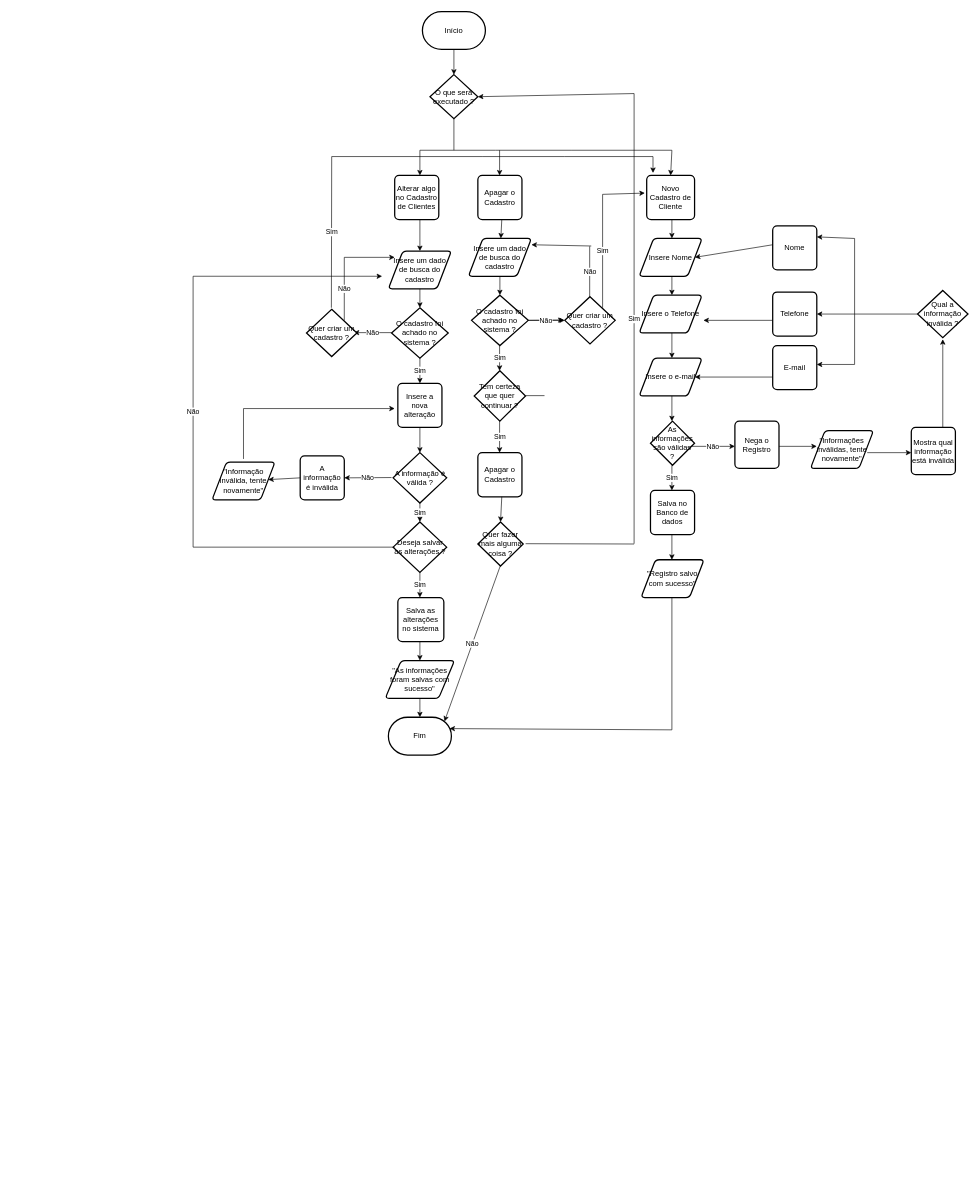
This is page "Cadastro-de-Cliente" (2 of 10) of DOC/Fluxograma.drawio from GuilhermeIgarashi7/avatar-Fluxograma, a draw.io file, before an edit. Source tidied: cells renumbered, new cells numbered last; positions are measured from the earlier drawing's top-left corner, leaving out a move shared by most shapes. Both pictures are drawn from the tidied source at 63%, with x=0, y=0 at pixel (193, 11).
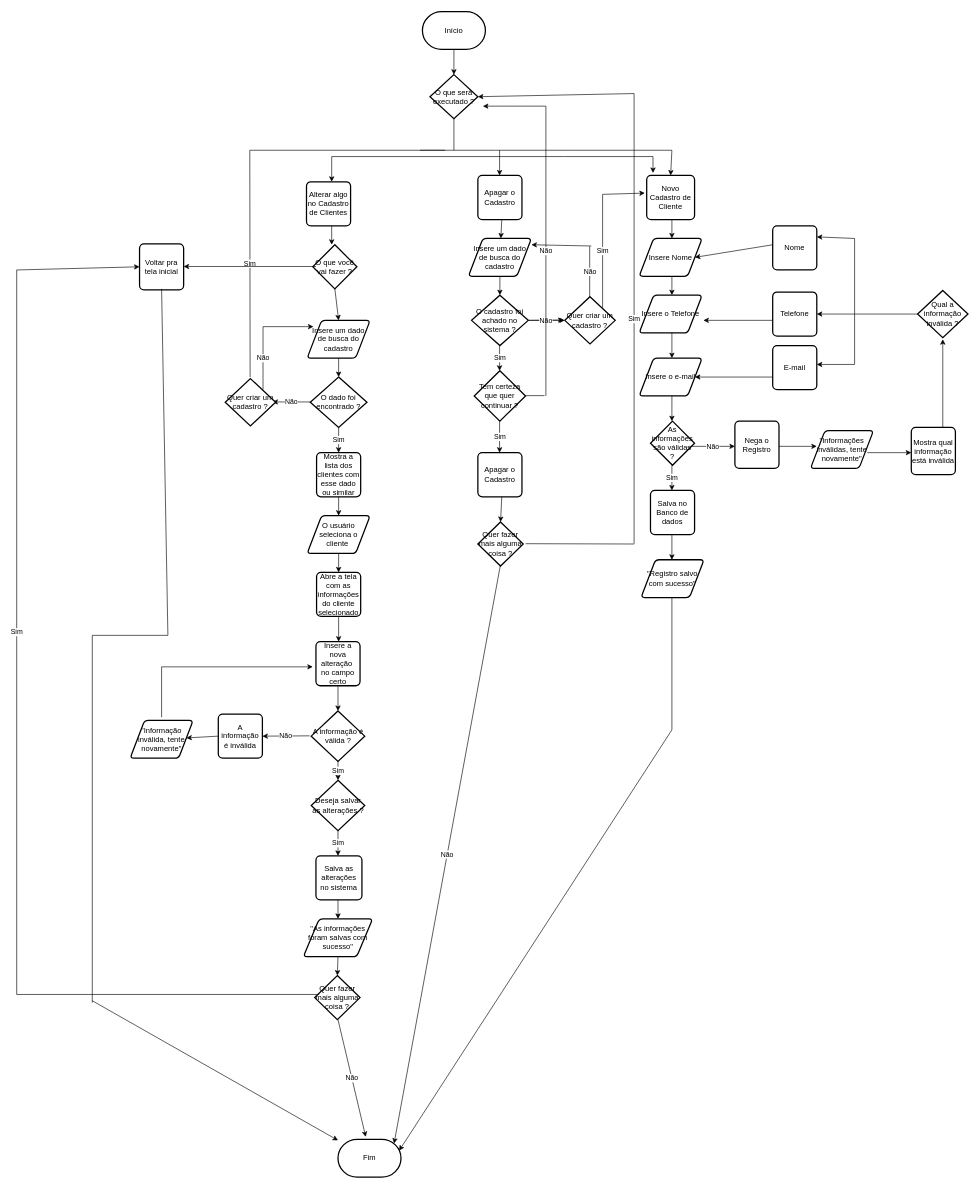
The same diagram, later.

What changed in the source:
```diff
@@
     <mxCell id="9" style="endArrow=classic;html=1;rounded=0;" parent="1" edge="1">
       <mxGeometry relative="1" as="geometry">
-        <mxPoint x="360" y="220" as="sourcePoint" />
-        <mxPoint x="360" y="260" as="targetPoint" />
+        <mxPoint x="220" y="230" as="sourcePoint" />
+        <mxPoint x="220" y="270" as="targetPoint" />
       </mxGeometry>
     </mxCell>
     <mxCell id="10" value="Alterar algo no Cadastro de Clientes" style="rounded=1;whiteSpace=wrap;html=1;absoluteArcSize=1;arcSize=14;strokeWidth=2;" parent="1" vertex="1">
-      <mxGeometry x="320" y="260" width="70" height="70" as="geometry" />
+      <mxGeometry x="180" y="270" width="70" height="70" as="geometry" />
     </mxCell>
-    <mxCell id="11" style="endArrow=classic;html=1;rounded=0;" parent="1" edge="1">
+    <mxCell id="11" style="endArrow=classic;html=1;rounded=0;exitX=0.5;exitY=1;exitDx=0;exitDy=0;exitPerimeter=0;" parent="1" edge="1" source="112">
       <mxGeometry relative="1" as="geometry">
-        <mxPoint x="360" y="330" as="sourcePoint" />
-        <mxPoint x="360" y="380" as="targetPoint" />
+        <mxPoint x="231" y="490" as="targetPoint" />
       </mxGeometry>
     </mxCell>
     <mxCell id="12" value="Insere um dado de busca do cadastro" style="shape=parallelogram;html=1;strokeWidth=2;perimeter=parallelogramPerimeter;whiteSpace=wrap;rounded=1;arcSize=12;size=0.23;" parent="1" vertex="1">
-      <mxGeometry x="310" y="380" width="100" height="60" as="geometry" />
+      <mxGeometry x="181" y="490" width="100" height="60" as="geometry" />
     </mxCell>
-    <mxCell id="13" style="endArrow=classic;html=1;rounded=0;" parent="1" edge="1">
+    <mxCell id="13" style="endArrow=classic;html=1;rounded=0;" parent="1" edge="1" source="12">
       <mxGeometry relative="1" as="geometry">
-        <mxPoint x="360" y="440" as="sourcePoint" />
-        <mxPoint x="360" y="470" as="targetPoint" />
+        <mxPoint x="231" y="580" as="targetPoint" />
       </mxGeometry>
     </mxCell>
-    <mxCell id="14" value="O cadastro foi achado no sistema ?" style="strokeWidth=2;html=1;shape=mxgraph.flowchart.decision;whiteSpace=wrap;" parent="1" vertex="1">
-      <mxGeometry x="315" y="470" width="90" height="80" as="geometry" />
+    <mxCell id="14" value="O dado foi encontrado ?" style="strokeWidth=2;html=1;shape=mxgraph.flowchart.decision;whiteSpace=wrap;" parent="1" vertex="1">
+      <mxGeometry x="186" y="580" width="90" height="80" as="geometry" />
     </mxCell>
     <mxCell id="15" value="Sim" style="endArrow=classic;html=1;rounded=0;" parent="1" edge="1">
       <mxGeometry relative="1" as="geometry">
-        <mxPoint x="360" y="550" as="sourcePoint" />
-        <mxPoint x="360" y="590" as="targetPoint" />
+        <mxPoint x="231" y="660" as="sourcePoint" />
+        <mxPoint x="231" y="700" as="targetPoint" />
       </mxGeometry>
     </mxCell>
     <mxCell id="16" value="Não" style="endArrow=classic;html=1;rounded=0;" parent="1" edge="1">
       <mxGeometry relative="1" as="geometry">
-        <mxPoint x="315" y="509.5" as="sourcePoint" />
-        <mxPoint x="255" y="509.5" as="targetPoint" />
+        <mxPoint x="186" y="619.5" as="sourcePoint" />
+        <mxPoint x="126" y="619.5" as="targetPoint" />
       </mxGeometry>
     </mxCell>
     <mxCell id="17" value="Quer criar um cadastro ?" style="strokeWidth=2;html=1;shape=mxgraph.flowchart.decision;whiteSpace=wrap;" parent="1" vertex="1">
-      <mxGeometry x="180" y="472.5" width="80" height="75" as="geometry" />
+      <mxGeometry x="51" y="582.5" width="80" height="75" as="geometry" />
     </mxCell>
     <mxCell id="18" value="Sim" style="endArrow=none;html=1;rounded=0;" parent="1" edge="1">
       <mxGeometry relative="1" as="geometry">
-        <mxPoint x="219.5" y="470" as="sourcePoint" />
-        <mxPoint x="220" y="230" as="targetPoint" />
+        <mxPoint x="90.5" y="580" as="sourcePoint" />
+        <mxPoint x="90" y="220" as="targetPoint" />
       </mxGeometry>
     </mxCell>
@@
     <mxCell id="20" value="Não" style="endArrow=none;html=1;rounded=0;" parent="1" edge="1">
       <mxGeometry relative="1" as="geometry">
-        <mxPoint x="240" y="490" as="sourcePoint" />
-        <mxPoint x="240" y="390" as="targetPoint" />
+        <mxPoint x="111" y="600" as="sourcePoint" />
+        <mxPoint x="111" y="500" as="targetPoint" />
       </mxGeometry>
     </mxCell>
     <mxCell id="21" style="endArrow=classic;html=1;rounded=0;" parent="1" edge="1">
       <mxGeometry relative="1" as="geometry">
-        <mxPoint x="240" y="390" as="sourcePoint" />
-        <mxPoint x="320" y="390" as="targetPoint" />
+        <mxPoint x="111" y="500" as="sourcePoint" />
+        <mxPoint x="191" y="500" as="targetPoint" />
       </mxGeometry>
     </mxCell>
-    <mxCell id="22" value="Insere a nova alteração" style="rounded=1;whiteSpace=wrap;html=1;absoluteArcSize=1;arcSize=14;strokeWidth=2;" parent="1" vertex="1">
-      <mxGeometry x="325" y="590" width="70" height="70" as="geometry" />
+    <mxCell id="22" value="Insere a nova alteração&amp;nbsp; no campo certo" style="rounded=1;whiteSpace=wrap;html=1;absoluteArcSize=1;arcSize=14;strokeWidth=2;" parent="1" vertex="1">
+      <mxGeometry x="195" y="1000" width="70" height="70" as="geometry" />
     </mxCell>
     <mxCell id="23" style="endArrow=classic;html=1;rounded=0;" parent="1" edge="1">
       <mxGeometry relative="1" as="geometry">
-        <mxPoint x="360" y="660" as="sourcePoint" />
-        <mxPoint x="360" y="700" as="targetPoint" />
+        <mxPoint x="230" y="1070" as="sourcePoint" />
+        <mxPoint x="230" y="1110" as="targetPoint" />
       </mxGeometry>
     </mxCell>
     <mxCell id="24" value="A informação é válida ?" style="strokeWidth=2;html=1;shape=mxgraph.flowchart.decision;whiteSpace=wrap;" parent="1" vertex="1">
-      <mxGeometry x="317.5" y="700" width="85" height="80" as="geometry" />
+      <mxGeometry x="187.5" y="1110" width="85" height="80" as="geometry" />
     </mxCell>
     <mxCell id="25" value="Não" style="endArrow=classic;html=1;rounded=0;" parent="1" edge="1">
       <mxGeometry relative="1" as="geometry">
-        <mxPoint x="315" y="739.5" as="sourcePoint" />
-        <mxPoint x="240" y="740" as="targetPoint" />
+        <mxPoint x="185" y="1149.5" as="sourcePoint" />
+        <mxPoint x="110" y="1150" as="targetPoint" />
       </mxGeometry>
     </mxCell>
     <mxCell id="26" value="A informação é inválida" style="rounded=1;whiteSpace=wrap;html=1;absoluteArcSize=1;arcSize=14;strokeWidth=2;" parent="1" vertex="1">
-      <mxGeometry x="170" y="705" width="70" height="70" as="geometry" />
+      <mxGeometry x="40" y="1115" width="70" height="70" as="geometry" />
     </mxCell>
     <mxCell id="27" value="&quot;Informação inválida, tente novamente&quot;" style="shape=parallelogram;html=1;strokeWidth=2;perimeter=parallelogramPerimeter;whiteSpace=wrap;rounded=1;arcSize=12;size=0.23;" parent="1" vertex="1">
-      <mxGeometry x="30" y="715" width="100" height="60" as="geometry" />
+      <mxGeometry x="-100" y="1125" width="100" height="60" as="geometry" />
     </mxCell>
     <mxCell id="28" style="endArrow=classic;html=1;rounded=0;" parent="1" edge="1" target="27">
       <mxGeometry relative="1" as="geometry">
-        <mxPoint x="170" y="740" as="sourcePoint" />
+        <mxPoint x="40" y="1150" as="sourcePoint" />
       </mxGeometry>
     </mxCell>
     <mxCell id="29" style="endArrow=none;html=1;rounded=0;" parent="1" edge="1">
       <mxGeometry relative="1" as="geometry">
-        <mxPoint x="80" y="710" as="sourcePoint" />
-        <mxPoint x="80" y="630" as="targetPoint" />
+        <mxPoint x="-50" y="1120" as="sourcePoint" />
+        <mxPoint x="-50" y="1040" as="targetPoint" />
       </mxGeometry>
     </mxCell>
     <mxCell id="30" style="endArrow=classic;html=1;rounded=0;" parent="1" edge="1">
       <mxGeometry relative="1" as="geometry">
-        <mxPoint x="80" y="630" as="sourcePoint" />
-        <mxPoint x="320" y="630" as="targetPoint" />
+        <mxPoint x="-50" y="1040" as="sourcePoint" />
+        <mxPoint x="190" y="1040" as="targetPoint" />
       </mxGeometry>
     </mxCell>
     <mxCell id="31" value="Sim" style="endArrow=classic;html=1;rounded=0;" parent="1" edge="1">
       <mxGeometry relative="1" as="geometry">
-        <mxPoint x="360" y="780" as="sourcePoint" />
-        <mxPoint x="360" y="810" as="targetPoint" />
+        <mxPoint x="230" y="1190" as="sourcePoint" />
+        <mxPoint x="230" y="1220" as="targetPoint" />
       </mxGeometry>
     </mxCell>
     <mxCell id="32" value="Deseja salvar as alterações ?" style="strokeWidth=2;html=1;shape=mxgraph.flowchart.decision;whiteSpace=wrap;" parent="1" vertex="1">
-      <mxGeometry x="317.5" y="810" width="85" height="80" as="geometry" />
+      <mxGeometry x="187.5" y="1220" width="85" height="80" as="geometry" />
     </mxCell>
-    <mxCell id="33" style="endArrow=none;html=1;rounded=0;" parent="1" edge="1">
-      <mxGeometry relative="1" as="geometry">
-        <mxPoint x="320" y="850" as="sourcePoint" />
-        <mxPoint x="30" y="850" as="targetPoint" />
-      </mxGeometry>
-    </mxCell>
-    <mxCell id="34" style="endArrow=none;html=1;rounded=0;" parent="1" edge="1">
-      <mxGeometry relative="1" as="geometry">
-        <mxPoint x="30" y="850" as="sourcePoint" />
-        <mxPoint y="850" as="targetPoint" />
-      </mxGeometry>
-    </mxCell>
-    <mxCell id="35" value="Não" style="endArrow=none;html=1;rounded=0;" parent="1" edge="1">
-      <mxGeometry relative="1" as="geometry">
-        <mxPoint y="850" as="sourcePoint" />
-        <mxPoint y="420" as="targetPoint" />
-      </mxGeometry>
-    </mxCell>
-    <mxCell id="36" style="endArrow=classic;html=1;rounded=0;" parent="1" edge="1">
-      <mxGeometry relative="1" as="geometry">
-        <mxPoint y="420" as="sourcePoint" />
-        <mxPoint x="300" y="420" as="targetPoint" />
-      </mxGeometry>
-    </mxCell>
@@
     <mxCell id="39" value="Sim" style="endArrow=classic;html=1;rounded=0;" parent="1" edge="1">
       <mxGeometry relative="1" as="geometry">
-        <mxPoint x="360" y="890" as="sourcePoint" />
-        <mxPoint x="360" y="930" as="targetPoint" />
+        <mxPoint x="230" y="1300" as="sourcePoint" />
+        <mxPoint x="230" y="1340" as="targetPoint" />
       </mxGeometry>
     </mxCell>
     <mxCell id="40" value="Salva as alterações no sistema" style="rounded=1;whiteSpace=wrap;html=1;absoluteArcSize=1;arcSize=14;strokeWidth=2;" parent="1" vertex="1">
-      <mxGeometry x="325" y="930" width="73" height="70" as="geometry" />
+      <mxGeometry x="195" y="1340" width="73" height="70" as="geometry" />
     </mxCell>
     <mxCell id="41" style="endArrow=classic;html=1;rounded=0;" parent="1" edge="1">
       <mxGeometry relative="1" as="geometry">
-        <mxPoint x="360" y="1000" as="sourcePoint" />
-        <mxPoint x="360" y="1030" as="targetPoint" />
+        <mxPoint x="230" y="1410" as="sourcePoint" />
+        <mxPoint x="230" y="1440" as="targetPoint" />
       </mxGeometry>
     </mxCell>
     <mxCell id="42" value="&quot;As informações foram salvas com sucesso&quot;" style="shape=parallelogram;html=1;strokeWidth=2;perimeter=parallelogramPerimeter;whiteSpace=wrap;rounded=1;arcSize=12;size=0.23;" parent="1" vertex="1">
-      <mxGeometry x="305" y="1030" width="110" height="60" as="geometry" />
+      <mxGeometry x="175" y="1440" width="110" height="60" as="geometry" />
     </mxCell>
-    <mxCell id="43" style="endArrow=classic;html=1;rounded=0;" parent="1" edge="1">
-      <mxGeometry relative="1" as="geometry">
-        <mxPoint x="360" y="1090" as="sourcePoint" />
-        <mxPoint x="360" y="1120" as="targetPoint" />
-      </mxGeometry>
-    </mxCell>
     <mxCell id="44" value="Fim" style="strokeWidth=2;html=1;shape=mxgraph.flowchart.terminator;whiteSpace=wrap;" parent="1" vertex="1">
-      <mxGeometry x="310" y="1120" width="100" height="60" as="geometry" />
+      <mxGeometry x="230" y="1790" width="100" height="60" as="geometry" />
     </mxCell>
@@
+    <mxCell id="35" value="Não" style="endArrow=none;html=1;rounded=0;" parent="1" edge="1">
+      <mxGeometry relative="1" as="geometry">
+        <mxPoint x="560" y="610" as="sourcePoint" />
+        <mxPoint x="560" y="150" as="targetPoint" />
+      </mxGeometry>
+    </mxCell>
+    <mxCell id="105" style="endArrow=classic;html=1;rounded=0;" parent="1" edge="1">
+      <mxGeometry relative="1" as="geometry">
+        <mxPoint x="560" y="150" as="sourcePoint" />
+        <mxPoint x="460" y="150" as="targetPoint" />
+      </mxGeometry>
+    </mxCell>
+    <mxCell id="106" value="Mostra a lista dos clientes com esse dado ou similar" style="rounded=1;whiteSpace=wrap;html=1;absoluteArcSize=1;arcSize=14;strokeWidth=2;" parent="1" vertex="1">
+      <mxGeometry x="196" y="700" width="70" height="70" as="geometry" />
+    </mxCell>
+    <mxCell id="107" style="endArrow=classic;html=1;rounded=0;" parent="1" edge="1">
+      <mxGeometry relative="1" as="geometry">
+        <mxPoint x="231" y="770" as="sourcePoint" />
+        <mxPoint x="231" y="800" as="targetPoint" />
+      </mxGeometry>
+    </mxCell>
+    <mxCell id="108" value="O usuário seleciona o cliente&amp;nbsp;" style="shape=parallelogram;html=1;strokeWidth=2;perimeter=parallelogramPerimeter;whiteSpace=wrap;rounded=1;arcSize=12;size=0.23;" parent="1" vertex="1">
+      <mxGeometry x="181" y="800" width="100" height="60" as="geometry" />
+    </mxCell>
+    <mxCell id="109" style="endArrow=classic;html=1;rounded=0;" parent="1" edge="1">
+      <mxGeometry relative="1" as="geometry">
+        <mxPoint x="231" y="860" as="sourcePoint" />
+        <mxPoint x="231" y="890" as="targetPoint" />
+      </mxGeometry>
+    </mxCell>
+    <mxCell id="110" value="Abre a tela com as informações do cliente selecionado" style="rounded=1;whiteSpace=wrap;html=1;absoluteArcSize=1;arcSize=14;strokeWidth=2;" parent="1" vertex="1">
+      <mxGeometry x="196" y="890" width="70" height="70" as="geometry" />
+    </mxCell>
+    <mxCell id="111" style="endArrow=classic;html=1;rounded=0;" parent="1" edge="1">
+      <mxGeometry relative="1" as="geometry">
+        <mxPoint x="231" y="960" as="sourcePoint" />
+        <mxPoint x="231" y="1000" as="targetPoint" />
+      </mxGeometry>
+    </mxCell>
+    <mxCell id="112" value="O que você vai fazer ?" style="strokeWidth=2;html=1;shape=mxgraph.flowchart.decision;whiteSpace=wrap;" parent="1" vertex="1">
+      <mxGeometry x="190" y="370" width="70" height="70" as="geometry" />
+    </mxCell>
+    <mxCell id="113" style="endArrow=classic;html=1;rounded=0;" parent="1" edge="1">
+      <mxGeometry relative="1" as="geometry">
+        <mxPoint x="220" y="340" as="sourcePoint" />
+        <mxPoint x="220" y="370" as="targetPoint" />
+      </mxGeometry>
+    </mxCell>
+    <mxCell id="114" style="endArrow=none;html=1;rounded=0;" parent="1" edge="1">
+      <mxGeometry relative="1" as="geometry">
+        <mxPoint x="90" y="220" as="sourcePoint" />
+        <mxPoint x="400" y="220" as="targetPoint" />
+      </mxGeometry>
+    </mxCell>
+    <mxCell id="115" style="endArrow=classic;html=1;rounded=0;" parent="1" edge="1">
+      <mxGeometry relative="1" as="geometry">
+        <mxPoint x="195" y="404.5" as="sourcePoint" />
+        <mxPoint x="-15" y="404.5" as="targetPoint" />
+      </mxGeometry>
+    </mxCell>
+    <mxCell id="116" value="Voltar pra tela inicial" style="rounded=1;whiteSpace=wrap;html=1;absoluteArcSize=1;arcSize=14;strokeWidth=2;" parent="1" vertex="1">
+      <mxGeometry x="-85" y="368.5" width="70" height="73" as="geometry" />
+    </mxCell>
+    <mxCell id="117" style="endArrow=none;html=1;rounded=0;" parent="1" edge="1">
+      <mxGeometry relative="1" as="geometry">
+        <mxPoint x="-40" y="990" as="sourcePoint" />
+        <mxPoint x="-50" y="440" as="targetPoint" />
+      </mxGeometry>
+    </mxCell>
+    <mxCell id="118" style="endArrow=none;html=1;rounded=0;" parent="1" edge="1">
+      <mxGeometry relative="1" as="geometry">
+        <mxPoint x="-160" y="990" as="sourcePoint" />
+        <mxPoint x="-40" y="990" as="targetPoint" />
+      </mxGeometry>
+    </mxCell>
+    <mxCell id="119" style="endArrow=none;html=1;rounded=0;" parent="1" edge="1">
+      <mxGeometry relative="1" as="geometry">
+        <mxPoint x="-160" y="1573" as="sourcePoint" />
+        <mxPoint x="-160" y="990" as="targetPoint" />
+      </mxGeometry>
+    </mxCell>
+    <mxCell id="120" value="Quer fazer mais alguma coisa ?" style="strokeWidth=2;html=1;shape=mxgraph.flowchart.decision;whiteSpace=wrap;" parent="1" vertex="1">
+      <mxGeometry x="193" y="1530" width="72" height="70" as="geometry" />
+    </mxCell>
+    <mxCell id="121" style="endArrow=classic;html=1;rounded=0;entryX=0.5;entryY=0;entryDx=0;entryDy=0;entryPerimeter=0;" parent="1" edge="1" target="120">
+      <mxGeometry relative="1" as="geometry">
+        <mxPoint x="230" y="1500" as="sourcePoint" />
+      </mxGeometry>
+    </mxCell>
+    <mxCell id="122" value="Não" style="endArrow=classic;html=1;rounded=0;entryX=0.44;entryY=-0.067;entryDx=0;entryDy=0;entryPerimeter=0;" parent="1" edge="1" target="44">
+      <mxGeometry relative="1" as="geometry">
+        <mxPoint x="230" y="1600" as="sourcePoint" />
+      </mxGeometry>
+    </mxCell>
+    <mxCell id="123" style="endArrow=classic;html=1;rounded=0;" parent="1" edge="1" target="44">
+      <mxGeometry relative="1" as="geometry">
+        <mxPoint x="-160" y="1570" as="sourcePoint" />
+      </mxGeometry>
+    </mxCell>
+    <mxCell id="124" style="endArrow=none;html=1;rounded=0;" parent="1" edge="1">
+      <mxGeometry relative="1" as="geometry">
+        <mxPoint x="-280" y="1560" as="sourcePoint" />
+        <mxPoint x="200" y="1560" as="targetPoint" />
+      </mxGeometry>
+    </mxCell>
+    <mxCell id="125" value="Sim" style="endArrow=none;html=1;rounded=0;" parent="1" edge="1">
+      <mxGeometry relative="1" as="geometry">
+        <mxPoint x="-280" y="1560" as="sourcePoint" />
+        <mxPoint x="-280" y="410" as="targetPoint" />
+      </mxGeometry>
+    </mxCell>
+    <mxCell id="126" style="endArrow=classic;html=1;rounded=0;entryX=0;entryY=0.5;entryDx=0;entryDy=0;" parent="1" edge="1" target="116">
+      <mxGeometry relative="1" as="geometry">
+        <mxPoint x="-280" y="410" as="sourcePoint" />
+      </mxGeometry>
+    </mxCell>
```
